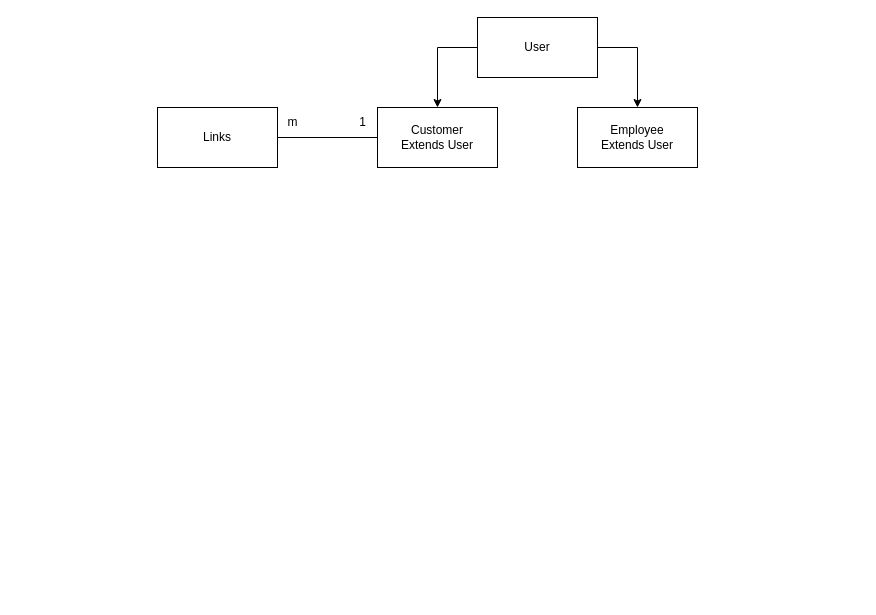
zaidzubair92/My-Link-Tree keeps this draw.io diagram as My Link Tree.drawio. Above is the earlier version. Source tidied: cells renumbered, new cells numbered last; positions are measured from the earlier drawing's top-left corner, leaving out a move shared by most shapes. Both pictures are drawn from the tidied source at 100%, with x=0, y=0 at pixel (157, 17).
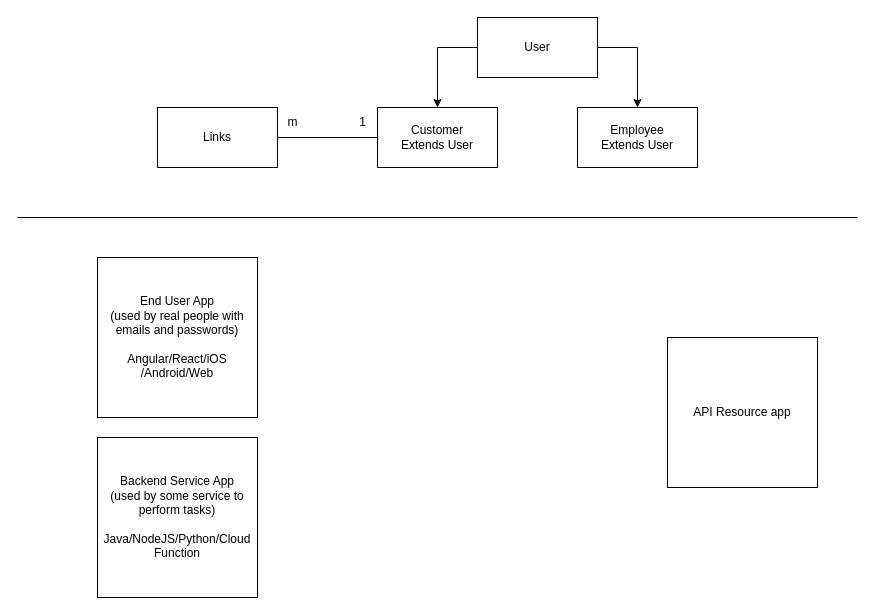
After the change.

Diff of the diagram source:
```diff
@@
 <mxGraphModel>
   <root>
     <mxCell id="0" />
     <mxCell id="1" parent="0" />
     <mxCell id="2" style="edgeStyle=orthogonalEdgeStyle;rounded=0;jettySize=auto;html=1;entryX=0.5;entryY=0;entryDx=0;entryDy=0;exitX=0;exitY=0.5;exitDx=0;exitDy=0;" parent="1" edge="1" source="4" target="5">
       <mxGeometry relative="1" as="geometry" />
     </mxCell>
     <mxCell id="3" style="edgeStyle=orthogonalEdgeStyle;rounded=0;jettySize=auto;html=1;entryX=0.5;entryY=0;entryDx=0;entryDy=0;exitX=1;exitY=0.5;exitDx=0;exitDy=0;" parent="1" edge="1" source="4" target="6">
       <mxGeometry relative="1" as="geometry" />
     </mxCell>
     <mxCell id="4" value="User" style="rounded=0;whiteSpace=wrap;html=1;" parent="1" vertex="1">
       <mxGeometry x="320" width="120" height="60" as="geometry" />
     </mxCell>
     <mxCell id="5" value="Customer&lt;br&gt;Extends User" style="rounded=0;whiteSpace=wrap;html=1;" parent="1" vertex="1">
       <mxGeometry x="220" y="90" width="120" height="60" as="geometry" />
     </mxCell>
     <mxCell id="6" value="Employee&lt;br style=&quot;border-color: var(--border-color);&quot;&gt;Extends User" style="rounded=0;whiteSpace=wrap;html=1;" parent="1" vertex="1">
       <mxGeometry x="420" y="90" width="120" height="60" as="geometry" />
     </mxCell>
     <mxCell id="7" value="Links" style="rounded=0;whiteSpace=wrap;html=1;" parent="1" vertex="1">
       <mxGeometry y="90" width="120" height="60" as="geometry" />
     </mxCell>
     <mxCell id="8" style="endArrow=none;html=1;entryX=0;entryY=0.5;entryDx=0;entryDy=0;" parent="1" edge="1" target="5">
       <mxGeometry relative="1" as="geometry">
         <mxPoint x="120" y="120" as="sourcePoint" />
       </mxGeometry>
     </mxCell>
     <mxCell id="9" value="1" style="text;html=1;align=center;verticalAlign=middle;strokeColor=none;fillColor=none;" parent="1" vertex="1">
       <mxGeometry x="190" y="90" width="30" height="30" as="geometry" />
     </mxCell>
     <mxCell id="10" value="m" style="text;html=1;align=center;verticalAlign=middle;strokeColor=none;fillColor=none;" parent="1" vertex="1">
       <mxGeometry x="120" y="90" width="30" height="30" as="geometry" />
     </mxCell>
+    <mxCell id="11" value="End User App &lt;br&gt;(used by real people with emails and passwords)&lt;br&gt;&lt;br&gt;Angular/React/iOS&lt;br&gt;/Android/Web" style="whiteSpace=wrap;html=1;" parent="1" vertex="1">
+      <mxGeometry x="-60" y="240" width="160" height="160" as="geometry" />
+    </mxCell>
+    <mxCell id="12" style="endArrow=none;html=1;rounded=0;" parent="1" edge="1">
+      <mxGeometry relative="1" as="geometry">
+        <mxPoint x="-140" y="200" as="sourcePoint" />
+        <mxPoint x="700" y="200" as="targetPoint" />
+      </mxGeometry>
+    </mxCell>
+    <mxCell id="13" value="Backend Service App&lt;br&gt;(used by some service to perform tasks)&lt;br&gt;&lt;br&gt;Java/NodeJS/Python/Cloud Function" style="whiteSpace=wrap;html=1;" parent="1" vertex="1">
+      <mxGeometry x="-60" y="420" width="160" height="160" as="geometry" />
+    </mxCell>
+    <mxCell id="14" value="API Resource app" style="whiteSpace=wrap;html=1;" parent="1" vertex="1">
+      <mxGeometry x="510" y="320" width="150" height="150" as="geometry" />
+    </mxCell>
   </root>
 </mxGraphModel>
```
